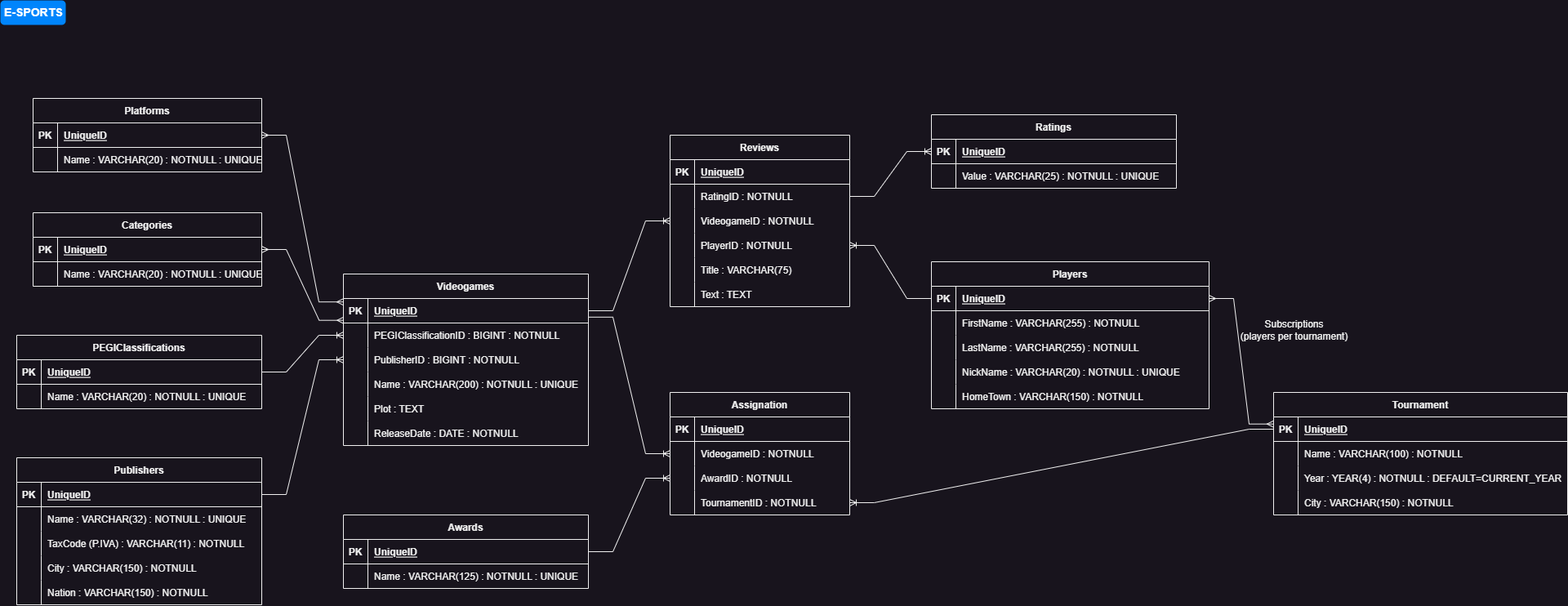
Before: db-videogames.drawio.png, a diagram exported from draw.io (FrancescoLimpias/db-videogames). Source tidied: cells renumbered, new cells last; positions are measured from the earlier drawing's top-left corner, leaving out a move shared by most shapes.
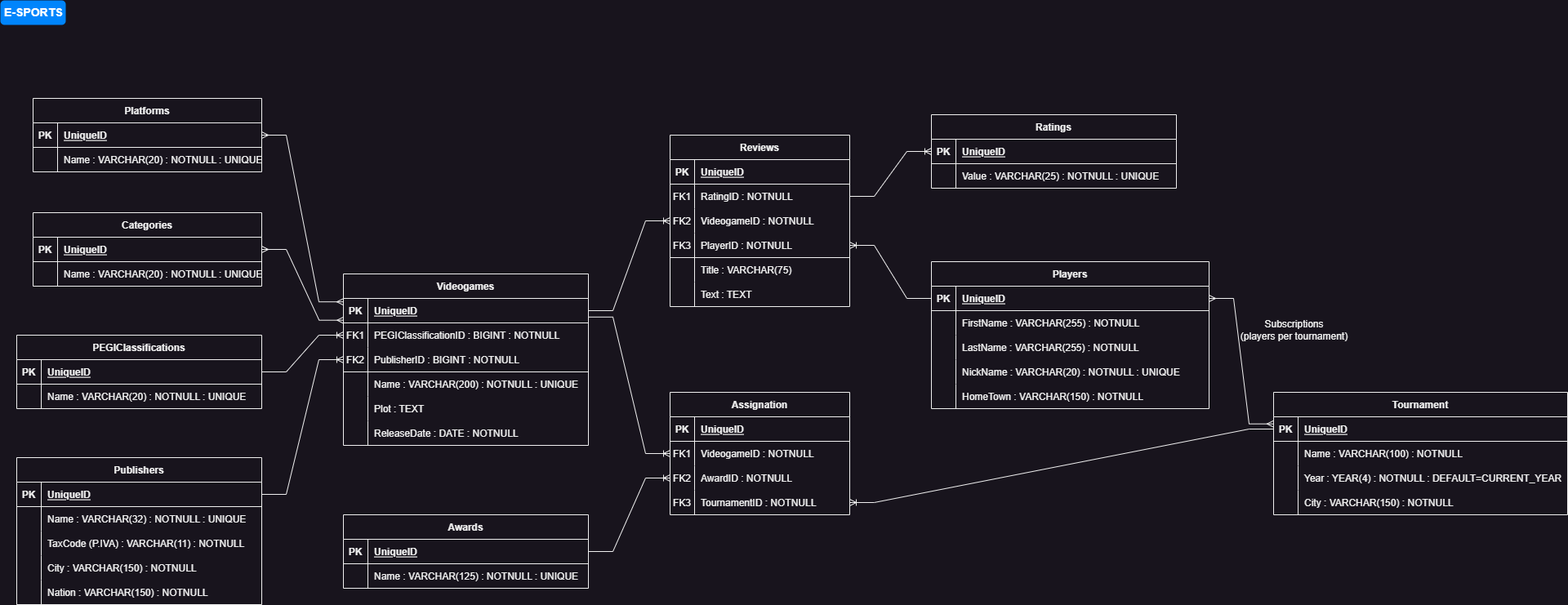
The same file after the commit.

Change to the diagram source:
```diff
@@ -20,16 +20,16 @@
     <mxCell id="7" style="shape=tableRow;horizontal=0;startSize=0;swimlaneHead=0;swimlaneBody=0;fillColor=none;points=[[0,0.5],[1,0.5]];portConstraint=eastwest;top=0;left=0;right=0;bottom=0;" parent="3" vertex="1">
       <mxGeometry y="60" width="300" height="30" as="geometry" />
     </mxCell>
-    <mxCell id="8" style="shape=partialRectangle;fillColor=none;top=0;left=0;bottom=0;right=0;overflow=hidden;" parent="7" vertex="1">
+    <mxCell id="8" value="FK1" style="shape=partialRectangle;fillColor=none;top=0;left=0;bottom=0;right=0;overflow=hidden;" parent="7" vertex="1">
       <mxGeometry width="30" height="30" as="geometry" />
     </mxCell>
     <mxCell id="9" value="PEGIClassificationID : BIGINT : NOTNULL" style="shape=partialRectangle;fillColor=none;top=0;left=0;bottom=0;right=0;align=left;spacingLeft=6;overflow=hidden;" parent="7" vertex="1">
       <mxGeometry x="30" width="270" height="30" as="geometry" />
     </mxCell>
-    <mxCell id="10" style="shape=tableRow;horizontal=0;startSize=0;swimlaneHead=0;swimlaneBody=0;fillColor=none;points=[[0,0.5],[1,0.5]];portConstraint=eastwest;top=0;left=0;right=0;bottom=0;" parent="3" vertex="1">
+    <mxCell id="10" style="shape=tableRow;horizontal=0;startSize=0;swimlaneHead=0;swimlaneBody=0;fillColor=none;points=[[0,0.5],[1,0.5]];portConstraint=eastwest;top=0;left=0;right=0;bottom=1;" parent="3" vertex="1">
       <mxGeometry y="90" width="300" height="30" as="geometry" />
     </mxCell>
-    <mxCell id="11" style="shape=partialRectangle;fillColor=none;top=0;left=0;bottom=0;right=0;overflow=hidden;" parent="10" vertex="1">
+    <mxCell id="11" value="FK2" style="shape=partialRectangle;fillColor=none;top=0;left=0;bottom=0;right=0;overflow=hidden;" parent="10" vertex="1">
       <mxGeometry width="30" height="30" as="geometry" />
     </mxCell>
     <mxCell id="12" value="PublisherID : BIGINT : NOTNULL" style="shape=partialRectangle;fillColor=none;top=0;left=0;bottom=0;right=0;align=left;spacingLeft=6;overflow=hidden;" parent="10" vertex="1">
@@ -275,7 +275,7 @@
     <mxCell id="92" style="shape=tableRow;horizontal=0;startSize=0;swimlaneHead=0;swimlaneBody=0;fillColor=none;points=[[0,0.5],[1,0.5]];portConstraint=eastwest;top=0;left=0;right=0;bottom=0;" parent="88" vertex="1">
       <mxGeometry y="60" width="220" height="30" as="geometry" />
     </mxCell>
-    <mxCell id="93" style="shape=partialRectangle;fillColor=none;top=0;left=0;bottom=0;right=0;overflow=hidden;" parent="92" vertex="1">
+    <mxCell id="93" value="FK1" style="shape=partialRectangle;fillColor=none;top=0;left=0;bottom=0;right=0;overflow=hidden;" parent="92" vertex="1">
       <mxGeometry width="30" height="30" as="geometry" />
     </mxCell>
     <mxCell id="94" value="RatingID : NOTNULL" style="shape=partialRectangle;fillColor=none;top=0;left=0;bottom=0;right=0;align=left;spacingLeft=6;overflow=hidden;" parent="92" vertex="1">
@@ -284,16 +284,16 @@
     <mxCell id="95" style="shape=tableRow;horizontal=0;startSize=0;swimlaneHead=0;swimlaneBody=0;fillColor=none;points=[[0,0.5],[1,0.5]];portConstraint=eastwest;top=0;left=0;right=0;bottom=0;" parent="88" vertex="1">
       <mxGeometry y="90" width="220" height="30" as="geometry" />
     </mxCell>
-    <mxCell id="96" style="shape=partialRectangle;fillColor=none;top=0;left=0;bottom=0;right=0;overflow=hidden;" parent="95" vertex="1">
+    <mxCell id="96" value="FK2" style="shape=partialRectangle;fillColor=none;top=0;left=0;bottom=0;right=0;overflow=hidden;" parent="95" vertex="1">
       <mxGeometry width="30" height="30" as="geometry" />
     </mxCell>
     <mxCell id="97" value="VideogameID : NOTNULL" style="shape=partialRectangle;fillColor=none;top=0;left=0;bottom=0;right=0;align=left;spacingLeft=6;overflow=hidden;" parent="95" vertex="1">
       <mxGeometry x="30" width="190" height="30" as="geometry" />
     </mxCell>
-    <mxCell id="98" style="shape=tableRow;horizontal=0;startSize=0;swimlaneHead=0;swimlaneBody=0;fillColor=none;points=[[0,0.5],[1,0.5]];portConstraint=eastwest;top=0;left=0;right=0;bottom=0;" parent="88" vertex="1">
+    <mxCell id="98" style="shape=tableRow;horizontal=0;startSize=0;swimlaneHead=0;swimlaneBody=0;fillColor=none;points=[[0,0.5],[1,0.5]];portConstraint=eastwest;top=0;left=0;right=0;bottom=1;" parent="88" vertex="1">
       <mxGeometry y="120" width="220" height="30" as="geometry" />
     </mxCell>
-    <mxCell id="99" style="shape=partialRectangle;fillColor=none;top=0;left=0;bottom=0;right=0;overflow=hidden;" parent="98" vertex="1">
+    <mxCell id="99" value="FK3" style="shape=partialRectangle;fillColor=none;top=0;left=0;bottom=0;right=0;overflow=hidden;" parent="98" vertex="1">
       <mxGeometry width="30" height="30" as="geometry" />
     </mxCell>
     <mxCell id="100" value="PlayerID : NOTNULL" style="shape=partialRectangle;fillColor=none;top=0;left=0;bottom=0;right=0;align=left;spacingLeft=6;overflow=hidden;" parent="98" vertex="1">
@@ -353,7 +353,7 @@
     <mxCell id="118" style="shape=tableRow;horizontal=0;startSize=0;swimlaneHead=0;swimlaneBody=0;fillColor=none;points=[[0,0.5],[1,0.5]];portConstraint=eastwest;top=0;left=0;right=0;bottom=0;" parent="114" vertex="1">
       <mxGeometry y="60" width="220" height="30" as="geometry" />
     </mxCell>
-    <mxCell id="119" style="shape=partialRectangle;fillColor=none;top=0;left=0;bottom=0;right=0;overflow=hidden;" parent="118" vertex="1">
+    <mxCell id="119" value="FK1" style="shape=partialRectangle;fillColor=none;top=0;left=0;bottom=0;right=0;overflow=hidden;" parent="118" vertex="1">
       <mxGeometry width="30" height="30" as="geometry" />
     </mxCell>
     <mxCell id="120" value="VideogameID : NOTNULL" style="shape=partialRectangle;fillColor=none;top=0;left=0;bottom=0;right=0;align=left;spacingLeft=6;overflow=hidden;" parent="118" vertex="1">
@@ -362,7 +362,7 @@
     <mxCell id="121" style="shape=tableRow;horizontal=0;startSize=0;swimlaneHead=0;swimlaneBody=0;fillColor=none;points=[[0,0.5],[1,0.5]];portConstraint=eastwest;top=0;left=0;right=0;bottom=0;" parent="114" vertex="1">
       <mxGeometry y="90" width="220" height="30" as="geometry" />
     </mxCell>
-    <mxCell id="122" style="shape=partialRectangle;fillColor=none;top=0;left=0;bottom=0;right=0;overflow=hidden;" parent="121" vertex="1">
+    <mxCell id="122" value="FK2" style="shape=partialRectangle;fillColor=none;top=0;left=0;bottom=0;right=0;overflow=hidden;" parent="121" vertex="1">
       <mxGeometry width="30" height="30" as="geometry" />
     </mxCell>
     <mxCell id="123" value="AwardID : NOTNULL" style="shape=partialRectangle;fillColor=none;top=0;left=0;bottom=0;right=0;align=left;spacingLeft=6;overflow=hidden;" parent="121" vertex="1">
@@ -371,7 +371,7 @@
     <mxCell id="124" style="shape=tableRow;horizontal=0;startSize=0;swimlaneHead=0;swimlaneBody=0;fillColor=none;points=[[0,0.5],[1,0.5]];portConstraint=eastwest;top=0;left=0;right=0;bottom=0;" parent="114" vertex="1">
       <mxGeometry y="120" width="220" height="30" as="geometry" />
     </mxCell>
-    <mxCell id="125" style="shape=partialRectangle;fillColor=none;top=0;left=0;bottom=0;right=0;overflow=hidden;" parent="124" vertex="1">
+    <mxCell id="125" value="FK3" style="shape=partialRectangle;fillColor=none;top=0;left=0;bottom=0;right=0;overflow=hidden;" parent="124" vertex="1">
       <mxGeometry width="30" height="30" as="geometry" />
     </mxCell>
     <mxCell id="126" value="TournamentID : NOTNULL" style="shape=partialRectangle;fillColor=none;top=0;left=0;bottom=0;right=0;align=left;spacingLeft=6;overflow=hidden;" parent="124" vertex="1">
```
